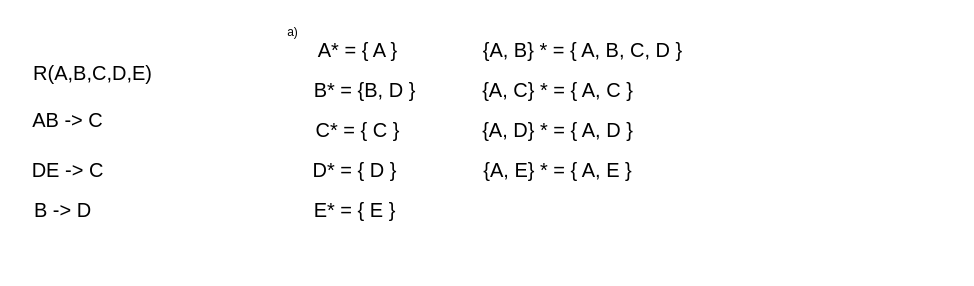
The draw.io diagram relationalmodel_2.drawio in brito-bernardo/database-modeling, before the edit. Source tidied: cells renumbered, new cells numbered last; positions are measured from the earlier drawing's top-left corner, leaving out a move shared by most shapes. Both pictures are drawn from the tidied source at 100%, with x=0, y=0 at pixel (17, 17).
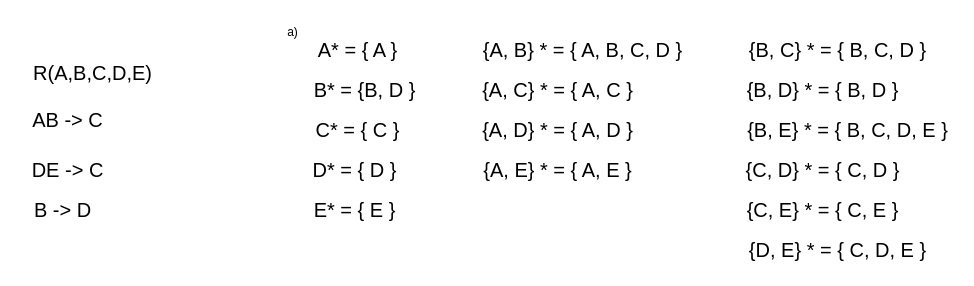
The same page after the edit.

Change to the diagram source:
```diff
@@
+    <mxCell id="16" value="{B, C} * = { B, C, D }" style="text;html=1;align=center;verticalAlign=middle;strokeColor=none;fillColor=none;fontSize=20;" parent="1" vertex="1">
+      <mxGeometry x="720" y="12" width="200" height="40" as="geometry" />
+    </mxCell>
+    <mxCell id="17" value="{B, D} * = { B, D }" style="text;html=1;align=center;verticalAlign=middle;strokeColor=none;fillColor=none;fontSize=20;" parent="1" vertex="1">
+      <mxGeometry x="715" y="52" width="180" height="40" as="geometry" />
+    </mxCell>
+    <mxCell id="18" value="{B, E} * = { B, C, D, E }" style="text;html=1;align=center;verticalAlign=middle;strokeColor=none;fillColor=none;fontSize=20;" parent="1" vertex="1">
+      <mxGeometry x="720" y="92" width="220" height="40" as="geometry" />
+    </mxCell>
+    <mxCell id="19" value="{C, D} * = { C, D }" style="text;html=1;align=center;verticalAlign=middle;strokeColor=none;fillColor=none;fontSize=20;" parent="1" vertex="1">
+      <mxGeometry x="715" y="132" width="180" height="40" as="geometry" />
+    </mxCell>
+    <mxCell id="20" value="{C, E} * = { C, E }" style="text;html=1;align=center;verticalAlign=middle;strokeColor=none;fillColor=none;fontSize=20;" parent="1" vertex="1">
+      <mxGeometry x="715" y="172" width="180" height="40" as="geometry" />
+    </mxCell>
+    <mxCell id="21" value="{D, E} * = { C, D, E }" style="text;html=1;align=center;verticalAlign=middle;strokeColor=none;fillColor=none;fontSize=20;" parent="1" vertex="1">
+      <mxGeometry x="720" y="212" width="200" height="40" as="geometry" />
+    </mxCell>
```
